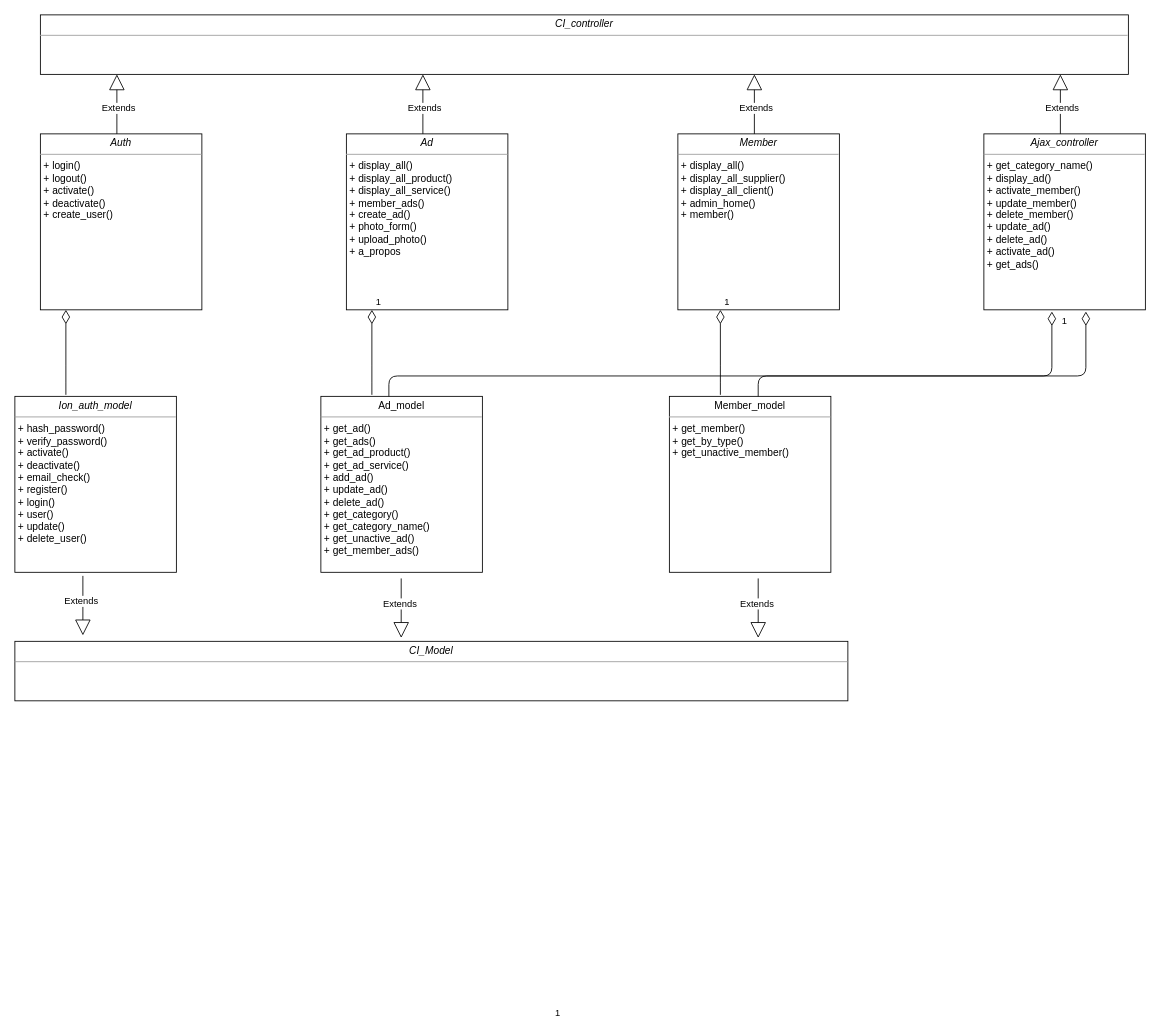
Earlier version of the draw.io diagram fichiers_projet/database/diagram_class_sprint3.drawio (Gazowski/projet_picturing). Source tidied: cells renumbered, new cells numbered last; positions are measured from the earlier drawing's top-left corner, leaving out a move shared by most shapes. Both pictures are drawn from the tidied source at 85%, with x=0, y=0 at pixel (14, 14).
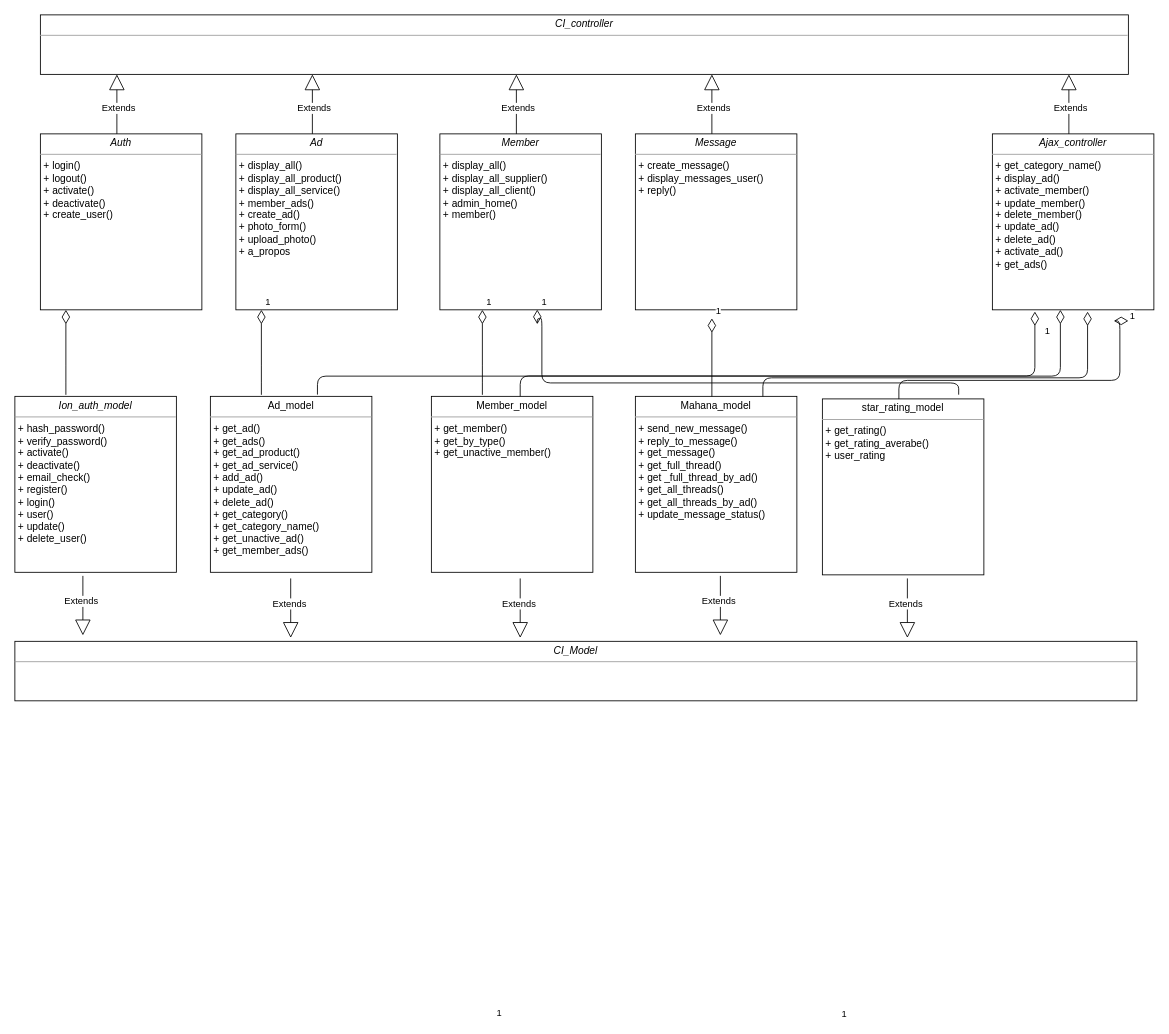
Above is the later version.

Change to the diagram source:
```diff
@@
     <mxCell id="6" value="&lt;p style=&quot;margin: 0px ; margin-top: 4px ; text-align: center&quot;&gt;&lt;i&gt;Ad&lt;/i&gt;&lt;/p&gt;&lt;hr size=&quot;1&quot;&gt;&lt;p style=&quot;margin: 0px ; margin-left: 4px&quot;&gt;+ display_all()&lt;/p&gt;&lt;p style=&quot;margin: 0px ; margin-left: 4px&quot;&gt;+ display_all_product()&lt;/p&gt;&lt;p style=&quot;margin: 0px ; margin-left: 4px&quot;&gt;+ display_all_service()&lt;/p&gt;&lt;p style=&quot;margin: 0px ; margin-left: 4px&quot;&gt;+ member_ads()&lt;/p&gt;&lt;p style=&quot;margin: 0px ; margin-left: 4px&quot;&gt;+ create_ad()&lt;/p&gt;&lt;p style=&quot;margin: 0px ; margin-left: 4px&quot;&gt;+ photo_form()&lt;/p&gt;&lt;p style=&quot;margin: 0px ; margin-left: 4px&quot;&gt;+ upload_photo()&lt;/p&gt;&lt;p style=&quot;margin: 0px ; margin-left: 4px&quot;&gt;+ a_propos&lt;/p&gt;" style="verticalAlign=top;align=left;overflow=fill;fontSize=12;fontFamily=Helvetica;html=1;" parent="1" vertex="1">
-      <mxGeometry x="390" y="140" width="190" height="207" as="geometry" />
+      <mxGeometry x="260" y="140" width="190" height="207" as="geometry" />
     </mxCell>
     <mxCell id="7" value="Extends" style="endArrow=block;endSize=16;endFill=0;html=1;exitX=0.5;exitY=0;exitDx=0;exitDy=0;" parent="1" edge="1">
       <mxGeometry x="-0.15" y="-2" relative="1" as="geometry">
-        <mxPoint x="480" y="140" as="sourcePoint" />
-        <mxPoint x="480" y="70" as="targetPoint" />
+        <mxPoint x="350" y="140" as="sourcePoint" />
+        <mxPoint x="350" y="70" as="targetPoint" />
       </mxGeometry>
     </mxCell>
     <mxCell id="8" value="&lt;p style=&quot;margin: 0px ; margin-top: 4px ; text-align: center&quot;&gt;&lt;i&gt;Member&lt;/i&gt;&lt;/p&gt;&lt;hr size=&quot;1&quot;&gt;&lt;p style=&quot;margin: 0px ; margin-left: 4px&quot;&gt;+ display_all()&lt;/p&gt;&lt;p style=&quot;margin: 0px ; margin-left: 4px&quot;&gt;+ display_all_supplier()&lt;/p&gt;&lt;p style=&quot;margin: 0px ; margin-left: 4px&quot;&gt;+ display_all_client()&lt;/p&gt;&lt;p style=&quot;margin: 0px ; margin-left: 4px&quot;&gt;+ admin_home()&lt;/p&gt;&lt;p style=&quot;margin: 0px ; margin-left: 4px&quot;&gt;+ member()&lt;/p&gt;&lt;p style=&quot;margin: 0px ; margin-left: 4px&quot;&gt;&lt;br&gt;&lt;/p&gt;" style="verticalAlign=top;align=left;overflow=fill;fontSize=12;fontFamily=Helvetica;html=1;" parent="1" vertex="1">
-      <mxGeometry x="780" y="140" width="190" height="207" as="geometry" />
+      <mxGeometry x="500" y="140" width="190" height="207" as="geometry" />
     </mxCell>
     <mxCell id="9" value="Extends" style="endArrow=block;endSize=16;endFill=0;html=1;exitX=0.5;exitY=0;exitDx=0;exitDy=0;" parent="1" edge="1">
       <mxGeometry x="-0.15" y="-2" relative="1" as="geometry">
-        <mxPoint x="870" y="140" as="sourcePoint" />
-        <mxPoint x="870" y="70" as="targetPoint" />
+        <mxPoint x="590" y="140" as="sourcePoint" />
+        <mxPoint x="590" y="70" as="targetPoint" />
       </mxGeometry>
     </mxCell>
     <mxCell id="10" value="&lt;p style=&quot;margin: 0px ; margin-top: 4px ; text-align: center&quot;&gt;&lt;i&gt;Ajax_controller&lt;/i&gt;&lt;/p&gt;&lt;hr size=&quot;1&quot;&gt;&lt;p style=&quot;margin: 0px ; margin-left: 4px&quot;&gt;+ get_category_name()&lt;/p&gt;&lt;p style=&quot;margin: 0px ; margin-left: 4px&quot;&gt;+ display_ad()&lt;/p&gt;&lt;p style=&quot;margin: 0px ; margin-left: 4px&quot;&gt;+ activate_member()&lt;/p&gt;&lt;p style=&quot;margin: 0px ; margin-left: 4px&quot;&gt;+ update_member()&lt;/p&gt;&lt;p style=&quot;margin: 0px ; margin-left: 4px&quot;&gt;+ delete_member()&lt;/p&gt;&lt;p style=&quot;margin: 0px ; margin-left: 4px&quot;&gt;+ update_ad()&lt;/p&gt;&lt;p style=&quot;margin: 0px ; margin-left: 4px&quot;&gt;+ delete_ad()&lt;/p&gt;&lt;p style=&quot;margin: 0px ; margin-left: 4px&quot;&gt;+ activate_ad()&lt;/p&gt;&lt;p style=&quot;margin: 0px ; margin-left: 4px&quot;&gt;+ get_ads()&lt;/p&gt;&lt;p style=&quot;margin: 0px ; margin-left: 4px&quot;&gt;&lt;br&gt;&lt;/p&gt;" style="verticalAlign=top;align=left;overflow=fill;fontSize=12;fontFamily=Helvetica;html=1;" parent="1" vertex="1">
-      <mxGeometry x="1140" y="140" width="190" height="207" as="geometry" />
+      <mxGeometry x="1150" y="140" width="190" height="207" as="geometry" />
     </mxCell>
     <mxCell id="11" value="Extends" style="endArrow=block;endSize=16;endFill=0;html=1;exitX=0.5;exitY=0;exitDx=0;exitDy=0;" parent="1" edge="1">
       <mxGeometry x="-0.15" y="-2" relative="1" as="geometry">
-        <mxPoint x="1230" y="140" as="sourcePoint" />
-        <mxPoint x="1230" y="70" as="targetPoint" />
+        <mxPoint x="1240" y="140" as="sourcePoint" />
+        <mxPoint x="1240" y="70" as="targetPoint" />
       </mxGeometry>
     </mxCell>
@@
     <mxCell id="13" value="1" style="endArrow=none;html=1;endSize=12;startArrow=diamondThin;startSize=14;startFill=0;edgeStyle=orthogonalEdgeStyle;align=left;verticalAlign=bottom;endFill=0;" parent="1" edge="1">
       <mxGeometry x="-1" y="3" relative="1" as="geometry">
-        <mxPoint x="420" y="347" as="sourcePoint" />
-        <mxPoint x="420" y="447" as="targetPoint" />
+        <mxPoint x="290" y="347" as="sourcePoint" />
+        <mxPoint x="290" y="447" as="targetPoint" />
         <Array as="points">
-          <mxPoint x="420" y="423" />
+          <mxPoint x="290" y="423" />
         </Array>
       </mxGeometry>
     </mxCell>
     <mxCell id="14" value="&lt;p style=&quot;margin: 0px ; margin-top: 4px ; text-align: center&quot;&gt;Ad_model&lt;/p&gt;&lt;hr size=&quot;1&quot;&gt;&lt;p style=&quot;margin: 0px ; margin-left: 4px&quot;&gt;+ get_ad()&lt;/p&gt;&lt;p style=&quot;margin: 0px ; margin-left: 4px&quot;&gt;+ get_ads()&lt;/p&gt;&lt;p style=&quot;margin: 0px ; margin-left: 4px&quot;&gt;+ get_ad_product()&lt;/p&gt;&lt;p style=&quot;margin: 0px ; margin-left: 4px&quot;&gt;+ get_ad_service()&lt;/p&gt;&lt;p style=&quot;margin: 0px ; margin-left: 4px&quot;&gt;+ add_ad()&lt;/p&gt;&lt;p style=&quot;margin: 0px ; margin-left: 4px&quot;&gt;+ update_ad()&lt;/p&gt;&lt;p style=&quot;margin: 0px ; margin-left: 4px&quot;&gt;+ delete_ad()&lt;/p&gt;&lt;p style=&quot;margin: 0px ; margin-left: 4px&quot;&gt;+ get_category()&lt;/p&gt;&lt;p style=&quot;margin: 0px ; margin-left: 4px&quot;&gt;+ get_category_name()&lt;/p&gt;&lt;p style=&quot;margin: 0px ; margin-left: 4px&quot;&gt;+ get_unactive_ad()&lt;/p&gt;&lt;p style=&quot;margin: 0px ; margin-left: 4px&quot;&gt;+ get_member_ads()&lt;/p&gt;" style="verticalAlign=top;align=left;overflow=fill;fontSize=12;fontFamily=Helvetica;html=1;" parent="1" vertex="1">
-      <mxGeometry x="360" y="448.8" width="190" height="207" as="geometry" />
+      <mxGeometry x="230" y="448.8" width="190" height="207" as="geometry" />
     </mxCell>
     <mxCell id="15" value="1" style="endArrow=none;html=1;endSize=12;startArrow=diamondThin;startSize=14;startFill=0;edgeStyle=orthogonalEdgeStyle;align=left;verticalAlign=bottom;endFill=0;" parent="1" edge="1">
       <mxGeometry x="-1" y="3" relative="1" as="geometry">
-        <mxPoint x="830" y="347" as="sourcePoint" />
-        <mxPoint x="830" y="447" as="targetPoint" />
+        <mxPoint x="550" y="347" as="sourcePoint" />
+        <mxPoint x="550" y="447" as="targetPoint" />
         <Array as="points">
-          <mxPoint x="830" y="423" />
+          <mxPoint x="550" y="423" />
         </Array>
       </mxGeometry>
     </mxCell>
     <mxCell id="16" value="&lt;p style=&quot;margin: 0px ; margin-top: 4px ; text-align: center&quot;&gt;Member_model&lt;/p&gt;&lt;hr size=&quot;1&quot;&gt;&lt;p style=&quot;margin: 0px ; margin-left: 4px&quot;&gt;+ get_member()&lt;/p&gt;&lt;p style=&quot;margin: 0px ; margin-left: 4px&quot;&gt;+ get_by_type()&lt;/p&gt;&lt;p style=&quot;margin: 0px ; margin-left: 4px&quot;&gt;+ get_unactive_member()&lt;/p&gt;&lt;p style=&quot;margin: 0px ; margin-left: 4px&quot;&gt;&lt;br&gt;&lt;/p&gt;" style="verticalAlign=top;align=left;overflow=fill;fontSize=12;fontFamily=Helvetica;html=1;" parent="1" vertex="1">
-      <mxGeometry x="770" y="448.8" width="190" height="207" as="geometry" />
+      <mxGeometry x="490" y="448.8" width="190" height="207" as="geometry" />
     </mxCell>
-    <mxCell id="17" value="1" style="endArrow=none;html=1;endSize=12;startArrow=diamondThin;startSize=14;startFill=0;edgeStyle=orthogonalEdgeStyle;align=left;verticalAlign=bottom;endFill=0;" parent="1" edge="1">
+    <mxCell id="17" value="1" style="endArrow=none;html=1;endSize=12;startArrow=diamondThin;startSize=14;startFill=0;edgeStyle=orthogonalEdgeStyle;align=left;verticalAlign=bottom;endFill=0;entryX=0.663;entryY=-0.01;entryDx=0;entryDy=0;entryPerimeter=0;" parent="1" edge="1" source="10" target="14">
       <mxGeometry x="0.52" y="823" relative="1" as="geometry">
-        <mxPoint x="1260" y="349" as="sourcePoint" />
-        <mxPoint x="440" y="448.8" as="targetPoint" />
         <Array as="points">
-          <mxPoint x="440" y="424.8" />
+          <mxPoint x="1230" y="425" />
+          <mxPoint x="356" y="425" />
         </Array>
         <mxPoint x="-3" y="-65" as="offset" />
       </mxGeometry>
     </mxCell>
     <mxCell id="18" value="1" style="endArrow=none;html=1;endSize=12;startArrow=diamondThin;startSize=14;startFill=0;edgeStyle=orthogonalEdgeStyle;align=left;verticalAlign=bottom;endFill=0;" parent="1" edge="1">
       <mxGeometry x="-0.91" y="10" relative="1" as="geometry">
-        <mxPoint x="1220" y="349" as="sourcePoint" />
-        <mxPoint x="874.5" y="448.8" as="targetPoint" />
+        <mxPoint x="1200" y="349" as="sourcePoint" />
+        <mxPoint x="594.5" y="448.8" as="targetPoint" />
         <Array as="points">
-          <mxPoint x="874.5" y="424.8" />
+          <mxPoint x="594.5" y="424.8" />
         </Array>
       </mxGeometry>
     </mxCell>
     <mxCell id="19" value="&lt;p style=&quot;margin: 0px ; margin-top: 4px ; text-align: center&quot;&gt;&lt;i&gt;CI_Model&lt;/i&gt;&lt;/p&gt;&lt;hr size=&quot;1&quot;&gt;&lt;p style=&quot;margin: 0px ; margin-left: 4px&quot;&gt;&lt;br&gt;&lt;/p&gt;" style="verticalAlign=top;align=left;overflow=fill;fontSize=12;fontFamily=Helvetica;html=1;" parent="1" vertex="1">
-      <mxGeometry y="737" width="980" height="70" as="geometry" />
+      <mxGeometry y="737" width="1320" height="70" as="geometry" />
     </mxCell>
@@
     <mxCell id="21" value="Extends" style="endArrow=block;endSize=16;endFill=0;html=1;" parent="1" edge="1">
       <mxGeometry x="-0.15" y="-2" relative="1" as="geometry">
-        <mxPoint x="454.5" y="663" as="sourcePoint" />
-        <mxPoint x="454.5" y="733" as="targetPoint" />
+        <mxPoint x="324.5" y="663" as="sourcePoint" />
+        <mxPoint x="324.5" y="733" as="targetPoint" />
       </mxGeometry>
     </mxCell>
     <mxCell id="22" value="Extends" style="endArrow=block;endSize=16;endFill=0;html=1;" parent="1" edge="1">
       <mxGeometry x="-0.15" y="-2" relative="1" as="geometry">
-        <mxPoint x="874.5" y="663" as="sourcePoint" />
-        <mxPoint x="874.5" y="733" as="targetPoint" />
+        <mxPoint x="594.5" y="663" as="sourcePoint" />
+        <mxPoint x="594.5" y="733" as="targetPoint" />
       </mxGeometry>
     </mxCell>
+    <mxCell id="23" value="&lt;p style=&quot;margin: 0px ; margin-top: 4px ; text-align: center&quot;&gt;&lt;i&gt;Message&lt;/i&gt;&lt;/p&gt;&lt;hr size=&quot;1&quot;&gt;&lt;p style=&quot;margin: 0px ; margin-left: 4px&quot;&gt;+ create_message()&lt;/p&gt;&lt;p style=&quot;margin: 0px ; margin-left: 4px&quot;&gt;+ display_messages_user()&lt;/p&gt;&lt;p style=&quot;margin: 0px ; margin-left: 4px&quot;&gt;+ reply()&lt;/p&gt;&lt;p style=&quot;margin: 0px ; margin-left: 4px&quot;&gt;&lt;br&gt;&lt;/p&gt;" style="verticalAlign=top;align=left;overflow=fill;fontSize=12;fontFamily=Helvetica;html=1;" parent="1" vertex="1">
+      <mxGeometry x="730" y="140" width="190" height="207" as="geometry" />
+    </mxCell>
+    <mxCell id="24" value="Extends" style="endArrow=block;endSize=16;endFill=0;html=1;exitX=0.5;exitY=0;exitDx=0;exitDy=0;" parent="1" edge="1">
+      <mxGeometry x="-0.15" y="-2" relative="1" as="geometry">
+        <mxPoint x="820" y="140" as="sourcePoint" />
+        <mxPoint x="820" y="70" as="targetPoint" />
+      </mxGeometry>
+    </mxCell>
+    <mxCell id="25" value="&lt;p style=&quot;margin: 0px ; margin-top: 4px ; text-align: center&quot;&gt;Mahana_model&lt;/p&gt;&lt;hr size=&quot;1&quot;&gt;&lt;p style=&quot;margin: 0px ; margin-left: 4px&quot;&gt;+ send_new_message()&lt;/p&gt;&lt;p style=&quot;margin: 0px ; margin-left: 4px&quot;&gt;+ reply_to_message&lt;span&gt;()&lt;/span&gt;&lt;/p&gt;&lt;p style=&quot;margin: 0px ; margin-left: 4px&quot;&gt;+ get_message()&lt;/p&gt;&lt;p style=&quot;margin: 0px ; margin-left: 4px&quot;&gt;+ get_full_thread()&lt;/p&gt;&lt;p style=&quot;margin: 0px ; margin-left: 4px&quot;&gt;+ get _full_thread_by_ad()&lt;/p&gt;&lt;p style=&quot;margin: 0px ; margin-left: 4px&quot;&gt;+ get_all_threads()&lt;/p&gt;&lt;p style=&quot;margin: 0px ; margin-left: 4px&quot;&gt;+ get_all_threads_by_ad()&lt;/p&gt;&lt;p style=&quot;margin: 0px ; margin-left: 4px&quot;&gt;+ update_message_status()&lt;/p&gt;&lt;p style=&quot;margin: 0px ; margin-left: 4px&quot;&gt;&lt;br&gt;&lt;/p&gt;" style="verticalAlign=top;align=left;overflow=fill;fontSize=12;fontFamily=Helvetica;html=1;" parent="1" vertex="1">
+      <mxGeometry x="730" y="448.8" width="190" height="207" as="geometry" />
+    </mxCell>
+    <mxCell id="26" value="Extends" style="endArrow=block;endSize=16;endFill=0;html=1;" parent="1" edge="1">
+      <mxGeometry x="-0.15" y="-2" relative="1" as="geometry">
+        <mxPoint x="830" y="660" as="sourcePoint" />
+        <mxPoint x="830" y="730" as="targetPoint" />
+      </mxGeometry>
+    </mxCell>
+    <mxCell id="27" value="1" style="endArrow=none;html=1;endSize=12;startArrow=diamondThin;startSize=14;startFill=0;edgeStyle=orthogonalEdgeStyle;align=left;verticalAlign=bottom;endFill=0;" parent="1" edge="1">
+      <mxGeometry x="-1" y="3" relative="1" as="geometry">
+        <mxPoint x="820" y="357" as="sourcePoint" />
+        <mxPoint x="820" y="449" as="targetPoint" />
+        <Array as="points">
+          <mxPoint x="820" y="449" />
+        </Array>
+      </mxGeometry>
+    </mxCell>
+    <mxCell id="28" value="1" style="endArrow=none;html=1;endSize=12;startArrow=diamondThin;startSize=14;startFill=0;edgeStyle=orthogonalEdgeStyle;align=left;verticalAlign=bottom;endFill=0;" parent="1" edge="1">
+      <mxGeometry x="0.52" y="823" relative="1" as="geometry">
+        <mxPoint x="1262" y="349.1" as="sourcePoint" />
+        <mxPoint x="880" y="449" as="targetPoint" />
+        <Array as="points">
+          <mxPoint x="1262" y="427" />
+          <mxPoint x="880" y="427" />
+          <mxPoint x="880" y="449" />
+        </Array>
+        <mxPoint x="-3" y="-65" as="offset" />
+      </mxGeometry>
+    </mxCell>
+    <mxCell id="29" value="&lt;p style=&quot;margin: 0px ; margin-top: 4px ; text-align: center&quot;&gt;star_rating_model&lt;/p&gt;&lt;hr size=&quot;1&quot;&gt;&lt;p style=&quot;margin: 0px ; margin-left: 4px&quot;&gt;+ get_rating()&lt;/p&gt;&lt;p style=&quot;margin: 0px ; margin-left: 4px&quot;&gt;+ get_rating_averabe()&lt;/p&gt;&lt;p style=&quot;margin: 0px ; margin-left: 4px&quot;&gt;+ user_rating&lt;/p&gt;&lt;p style=&quot;margin: 0px ; margin-left: 4px&quot;&gt;&lt;br&gt;&lt;/p&gt;" style="verticalAlign=top;align=left;overflow=fill;fontSize=12;fontFamily=Helvetica;html=1;" parent="1" vertex="1">
+      <mxGeometry x="950" y="451.8" width="190" height="207" as="geometry" />
+    </mxCell>
+    <mxCell id="30" value="Extends" style="endArrow=block;endSize=16;endFill=0;html=1;" parent="1" edge="1">
+      <mxGeometry x="-0.15" y="-2" relative="1" as="geometry">
+        <mxPoint x="1050" y="663" as="sourcePoint" />
+        <mxPoint x="1050" y="733" as="targetPoint" />
+      </mxGeometry>
+    </mxCell>
+    <mxCell id="31" value="1" style="endArrow=none;html=1;endSize=12;startArrow=diamondThin;startSize=14;startFill=0;edgeStyle=orthogonalEdgeStyle;align=left;verticalAlign=bottom;endFill=0;" parent="1" edge="1">
+      <mxGeometry x="-1" y="3" relative="1" as="geometry">
+        <mxPoint x="1310" y="360" as="sourcePoint" />
+        <mxPoint x="1040" y="452" as="targetPoint" />
+        <Array as="points">
+          <mxPoint x="1300" y="360" />
+          <mxPoint x="1300" y="430" />
+          <mxPoint x="1040" y="430" />
+        </Array>
+      </mxGeometry>
+    </mxCell>
+    <mxCell id="32" value="1" style="endArrow=none;html=1;endSize=12;startArrow=diamondThin;startSize=14;startFill=0;edgeStyle=orthogonalEdgeStyle;align=left;verticalAlign=bottom;endFill=0;entryX=0.844;entryY=-0.024;entryDx=0;entryDy=0;entryPerimeter=0;exitX=0.603;exitY=0.999;exitDx=0;exitDy=0;exitPerimeter=0;" parent="1" edge="1" source="8" target="29">
+      <mxGeometry x="-1" y="3" relative="1" as="geometry">
+        <Array as="points">
+          <mxPoint x="615" y="357" />
+          <mxPoint x="620" y="357" />
+          <mxPoint x="620" y="433" />
+          <mxPoint x="1110" y="433" />
+        </Array>
+      </mxGeometry>
+    </mxCell>
```
